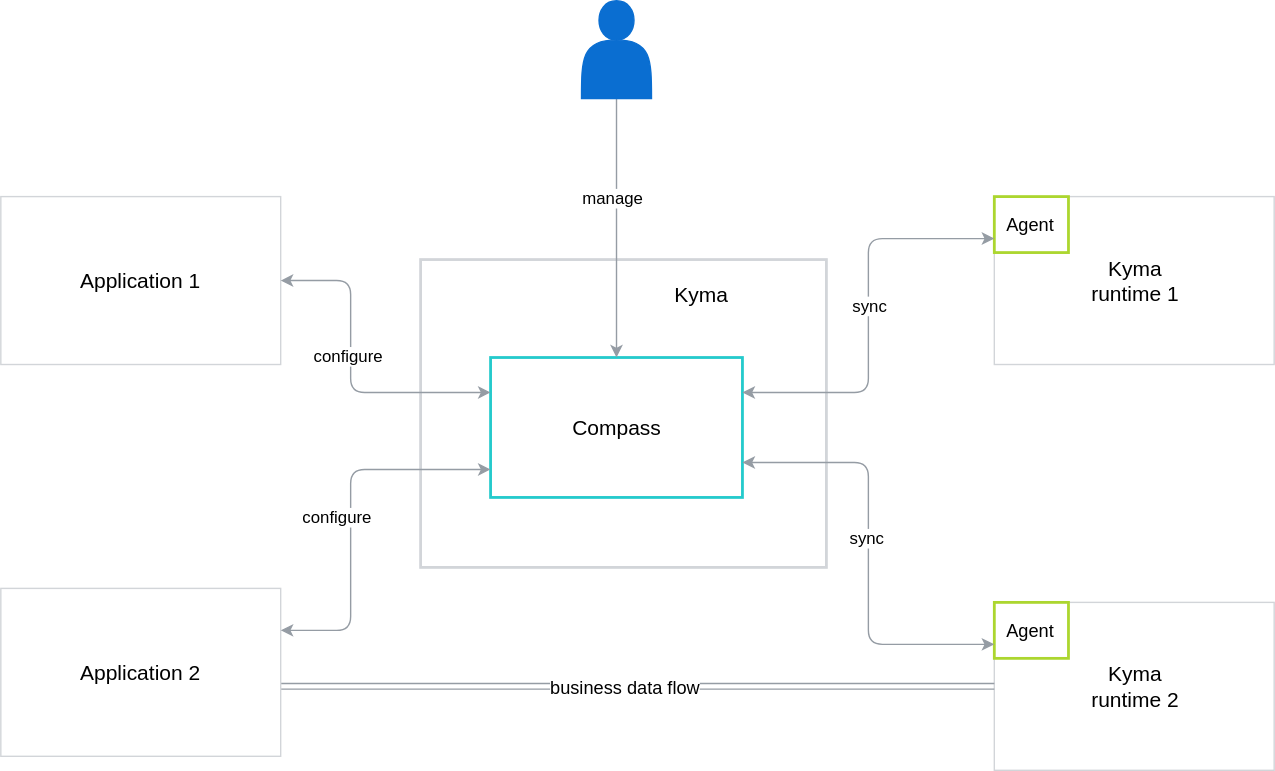
kyma-project/kyma keeps this draw.io diagram as docs/compass/assets/architecture.svg. Above is the earlier version. Source tidied: cells renumbered, new cells last; positions are measured from the earlier drawing's top-left corner, leaving out a move shared by most shapes.
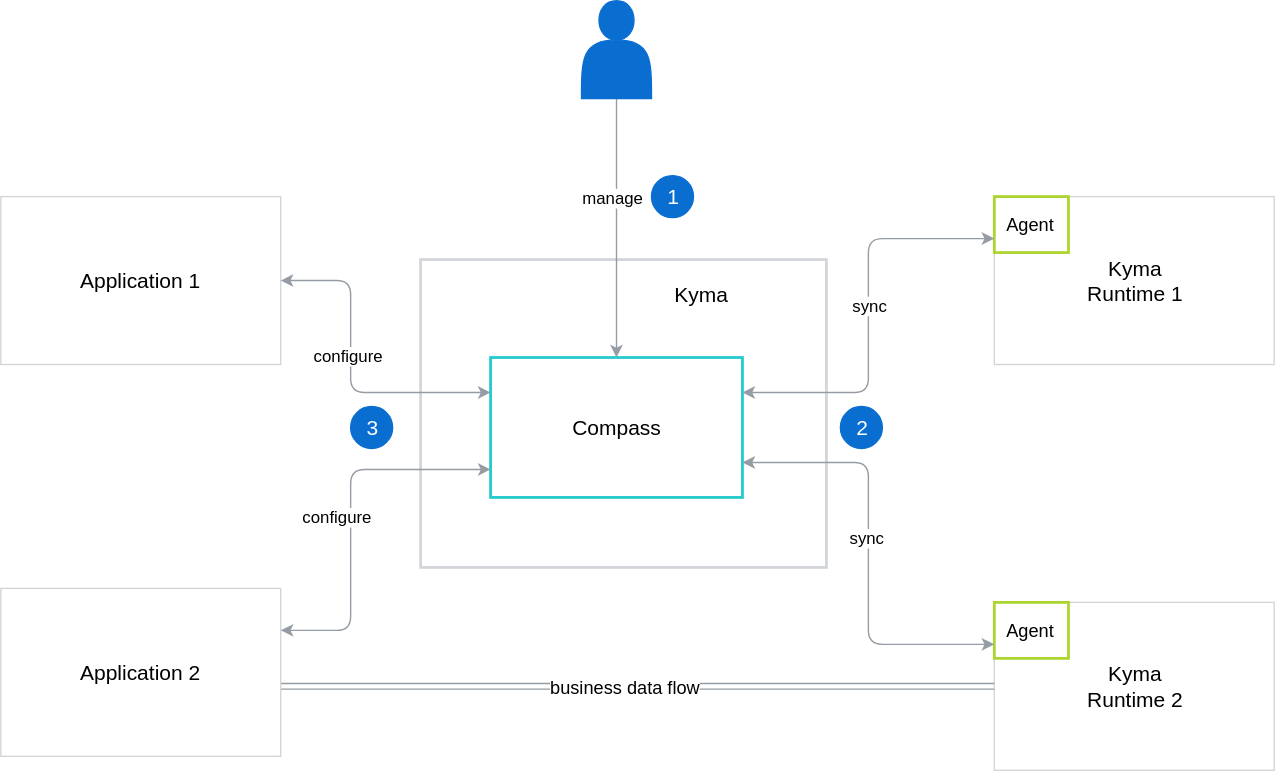
Above is the later version.

What changed in the source:
```diff
@@ -11,13 +11,13 @@
     <mxCell id="4" value="&lt;span style=&quot;font-size: 15px&quot;&gt;Compass&lt;/span&gt;" style="rounded=0;whiteSpace=wrap;html=1;strokeColor=#24CACC;strokeWidth=2;" parent="1" vertex="1">
       <mxGeometry x="350" y="255" width="180" height="100" as="geometry" />
     </mxCell>
-    <mxCell id="5" value="&lt;font style=&quot;font-size: 15px&quot;&gt;Kyma&lt;br&gt;runtime 1&lt;/font&gt;" style="rounded=0;whiteSpace=wrap;html=1;strokeColor=#D2D5D9;strokeWidth=1;" parent="1" vertex="1">
+    <mxCell id="5" value="&lt;font style=&quot;font-size: 15px&quot;&gt;Kyma&lt;br&gt;Runtime 1&lt;/font&gt;" style="rounded=0;whiteSpace=wrap;html=1;strokeColor=#D2D5D9;strokeWidth=1;" parent="1" vertex="1">
       <mxGeometry x="710" y="140" width="200" height="120" as="geometry" />
     </mxCell>
     <mxCell id="6" value="&lt;font style=&quot;font-size: 13px&quot;&gt;Agent&lt;/font&gt;" style="rounded=0;whiteSpace=wrap;html=1;strokeColor=#ACD62F;strokeWidth=2;" parent="1" vertex="1">
       <mxGeometry x="710" y="140" width="53" height="40" as="geometry" />
     </mxCell>
-    <mxCell id="7" value="&lt;font style=&quot;font-size: 15px&quot;&gt;Kyma&lt;br&gt;runtime 2&lt;/font&gt;" style="rounded=0;whiteSpace=wrap;html=1;strokeColor=#D2D5D9;strokeWidth=1;" parent="1" vertex="1">
+    <mxCell id="7" value="&lt;font style=&quot;font-size: 15px&quot;&gt;Kyma&lt;br&gt;Runtime 2&lt;/font&gt;" style="rounded=0;whiteSpace=wrap;html=1;strokeColor=#D2D5D9;strokeWidth=1;" parent="1" vertex="1">
       <mxGeometry x="710" y="430" width="200" height="120" as="geometry" />
     </mxCell>
     <mxCell id="8" value="&lt;font style=&quot;font-size: 13px&quot;&gt;Agent&lt;/font&gt;" style="rounded=0;whiteSpace=wrap;html=1;strokeColor=#ACD62F;strokeWidth=2;" parent="1" vertex="1">
@@ -88,5 +88,14 @@
     <mxCell id="23" value="&lt;font style=&quot;font-size: 15px&quot;&gt;Kyma&lt;/font&gt;" style="text;html=1;strokeColor=none;fillColor=none;align=center;verticalAlign=middle;whiteSpace=wrap;rounded=0;" parent="1" vertex="1">
       <mxGeometry x="450" y="195" width="100" height="30" as="geometry" />
     </mxCell>
+    <mxCell id="24" value="&lt;font color=&quot;#ffffff&quot; style=&quot;font-size: 15px&quot;&gt;1&lt;/font&gt;" style="ellipse;whiteSpace=wrap;html=1;fillColor=#0A6ED1;strokeColor=#0A6ED1;" parent="1" vertex="1">
+      <mxGeometry x="465" y="125" width="30" height="30" as="geometry" />
+    </mxCell>
+    <mxCell id="25" value="&lt;font color=&quot;#ffffff&quot; style=&quot;font-size: 15px&quot;&gt;2&lt;/font&gt;" style="ellipse;whiteSpace=wrap;html=1;fillColor=#0A6ED1;strokeColor=#0A6ED1;" parent="1" vertex="1">
+      <mxGeometry x="600" y="290" width="30" height="30" as="geometry" />
+    </mxCell>
+    <mxCell id="26" value="&lt;font color=&quot;#ffffff&quot; style=&quot;font-size: 15px&quot;&gt;3&lt;/font&gt;" style="ellipse;whiteSpace=wrap;html=1;fillColor=#0A6ED1;strokeColor=#0A6ED1;" parent="1" vertex="1">
+      <mxGeometry x="250" y="290" width="30" height="30" as="geometry" />
+    </mxCell>
   </root>
 </mxGraphModel>
```
